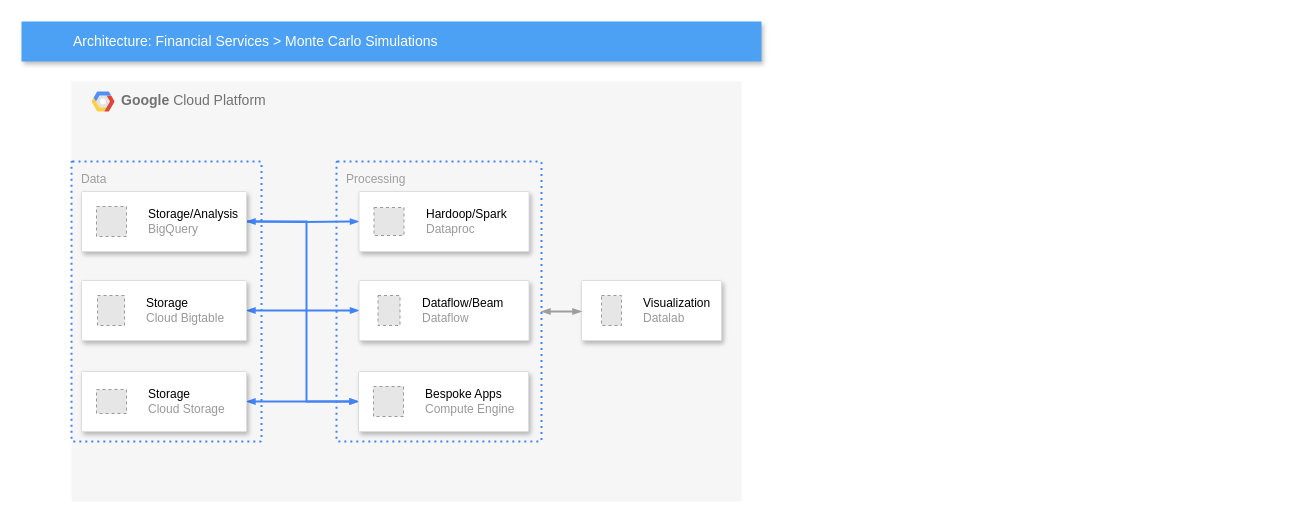
x2358zx/tibame_test_diagrams keeps this draw.io diagram as v0.drawio. Above is the earlier version. Source tidied: cells renumbered, new cells numbered last; positions are measured from the earlier drawing's top-left corner, leaving out a move shared by most shapes. Both pictures are drawn from the tidied source at 100%, with x=0, y=0 at pixel (21, 21). Pictures stored in the file or linked from it are replaced by grey dashed boxes.
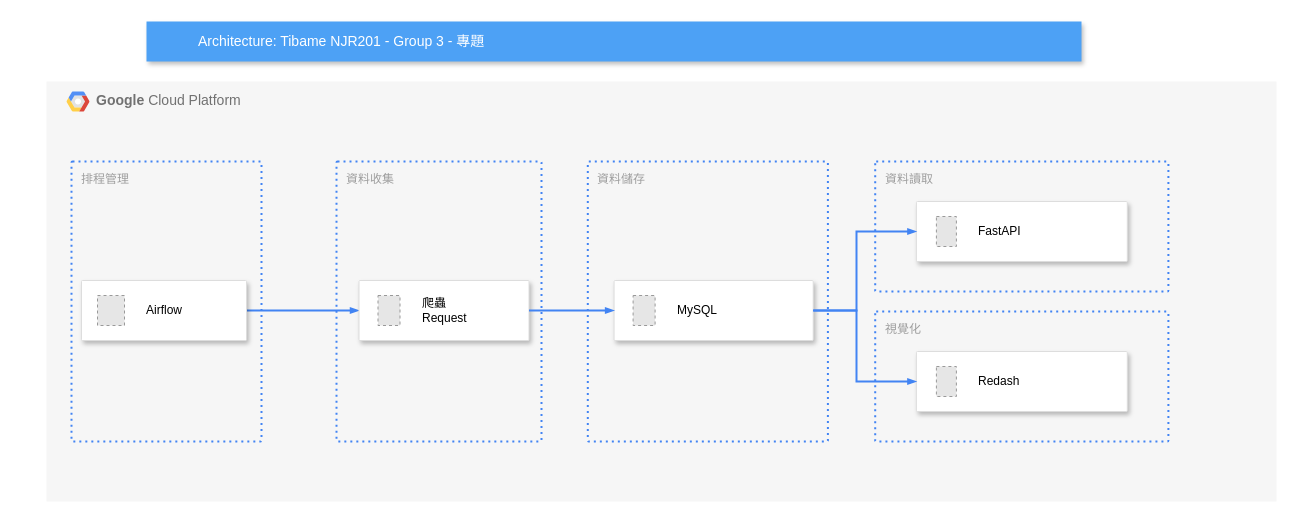
After the change.

The change refers to these unchanged cells:
```xml
<mxCell id="16" style="strokeColor=#dddddd;shadow=1;strokeWidth=1;rounded=1;absoluteArcSize=1;arcSize=2;" parent="1" vertex="1">
  <mxGeometry x="60" y="259" width="165" height="60" as="geometry" />
</mxCell>
<mxCell id="22" style="strokeColor=#dddddd;shadow=1;strokeWidth=1;rounded=1;absoluteArcSize=1;arcSize=2;" parent="1" vertex="1">
  <mxGeometry x="337.5" y="259" width="170" height="60" as="geometry" />
</mxCell>
```

The edit, as a diff of the source:
```diff
@@
     <mxCell id="2" value="&lt;b&gt;Google &lt;/b&gt;Cloud Platform" style="fillColor=#F6F6F6;strokeColor=none;shadow=0;gradientColor=none;fontSize=14;align=left;spacing=10;fontColor=#717171;9E9E9E;verticalAlign=top;spacingTop=-4;fontStyle=0;spacingLeft=40;html=1;" parent="1" vertex="1">
-      <mxGeometry x="50" y="60" width="670" height="420" as="geometry" />
+      <mxGeometry x="25" y="60" width="1230" height="420" as="geometry" />
     </mxCell>
@@
+    <mxCell id="26" value="資料儲存" style="rounded=1;absoluteArcSize=1;arcSize=2;html=1;strokeColor=#4284F3;gradientColor=none;shadow=0;dashed=1;fontSize=12;fontColor=#9E9E9E;align=left;verticalAlign=top;spacing=10;spacingTop=-4;fillColor=none;dashPattern=1 2;strokeWidth=2;" parent="2" vertex="1">
+      <mxGeometry x="541.3" y="80" width="240.1" height="280" as="geometry" />
+    </mxCell>
+    <mxCell id="27" value="視覺化" style="rounded=1;absoluteArcSize=1;arcSize=2;html=1;strokeColor=#4284F3;gradientColor=none;shadow=0;dashed=1;fontSize=12;fontColor=#9E9E9E;align=left;verticalAlign=top;spacing=10;spacingTop=-4;fillColor=none;dashPattern=1 2;strokeWidth=2;" parent="2" vertex="1">
+      <mxGeometry x="828.7" y="230" width="293.2" height="130" as="geometry" />
+    </mxCell>
+    <mxCell id="28" style="strokeColor=#dddddd;shadow=1;strokeWidth=1;rounded=1;absoluteArcSize=1;arcSize=2;" parent="2" vertex="1">
+      <mxGeometry x="567.6" y="199" width="199.1" height="60" as="geometry" />
+    </mxCell>
+    <mxCell id="29" value="&lt;font color=&quot;#000000&quot;&gt;MySQL&lt;/font&gt;" style="fillColor=#E6E6E6;strokeColor=#999999;dashed=1;html=1;fontColor=#999999;verticalLabelPosition=middle;verticalAlign=middle;labelPosition=right;align=left;spacingLeft=20;" parent="28" vertex="1">
+      <mxGeometry width="22" height="30" relative="1" as="geometry">
+        <mxPoint x="19" y="15" as="offset" />
+      </mxGeometry>
+    </mxCell>
     <mxCell id="4" style="strokeColor=#dddddd;shadow=1;strokeWidth=1;rounded=1;absoluteArcSize=1;arcSize=2;" parent="2" vertex="1">
-      <mxGeometry x="510" y="199" width="140" height="60" as="geometry" />
+      <mxGeometry x="869.9" y="270" width="210.9" height="60" as="geometry" />
     </mxCell>
-    <mxCell id="5" value="&lt;font color=&quot;#000000&quot;&gt;Visualization&lt;/font&gt;&lt;br&gt;Datalab" style="fillColor=#E6E6E6;strokeColor=#999999;dashed=1;html=1;fontColor=#999999;verticalLabelPosition=middle;verticalAlign=middle;labelPosition=right;align=left;spacingLeft=20;" parent="4" vertex="1">
+    <mxCell id="5" value="&lt;font color=&quot;#000000&quot;&gt;Redash&lt;/font&gt;" style="fillColor=#E6E6E6;strokeColor=#999999;dashed=1;html=1;fontColor=#999999;verticalLabelPosition=middle;verticalAlign=middle;labelPosition=right;align=left;spacingLeft=20;" parent="4" vertex="1">
       <mxGeometry width="20" height="30" relative="1" as="geometry">
         <mxPoint x="20" y="15" as="offset" />
       </mxGeometry>
     </mxCell>
+    <mxCell id="30" value="資料讀取" style="rounded=1;absoluteArcSize=1;arcSize=2;html=1;strokeColor=#4284F3;gradientColor=none;shadow=0;dashed=1;fontSize=12;fontColor=#9E9E9E;align=left;verticalAlign=top;spacing=10;spacingTop=-4;fillColor=none;dashPattern=1 2;strokeWidth=2;" parent="2" vertex="1">
+      <mxGeometry x="828.7" y="80" width="293.2" height="130" as="geometry" />
+    </mxCell>
+    <mxCell id="31" style="strokeColor=#dddddd;shadow=1;strokeWidth=1;rounded=1;absoluteArcSize=1;arcSize=2;" parent="2" vertex="1">
+      <mxGeometry x="869.9" y="120" width="210.9" height="60" as="geometry" />
+    </mxCell>
+    <mxCell id="32" value="&lt;font color=&quot;#000000&quot;&gt;FastAPI&lt;/font&gt;" style="fillColor=#E6E6E6;strokeColor=#999999;dashed=1;html=1;fontColor=#999999;verticalLabelPosition=middle;verticalAlign=middle;labelPosition=right;align=left;spacingLeft=20;" parent="31" vertex="1">
+      <mxGeometry width="20" height="30" relative="1" as="geometry">
+        <mxPoint x="20" y="15" as="offset" />
+      </mxGeometry>
+    </mxCell>
+    <mxCell id="33" style="edgeStyle=orthogonalEdgeStyle;rounded=0;html=1;labelBackgroundColor=none;startFill=0;startSize=4;endArrow=blockThin;endFill=1;endSize=4;jettySize=auto;strokeColor=#4284F3;strokeWidth=2;fontSize=12;fontColor=#000000;align=center;dashed=0;startArrow=none;exitX=1;exitY=0.5;exitDx=0;exitDy=0;entryX=0;entryY=0.5;entryDx=0;entryDy=0;" parent="2" edge="1" source="28" target="4">
+      <mxGeometry relative="1" as="geometry">
+        <Array as="points">
+          <mxPoint x="810" y="229" />
+          <mxPoint x="810" y="300" />
+        </Array>
+      </mxGeometry>
+    </mxCell>
+    <mxCell id="34" style="edgeStyle=orthogonalEdgeStyle;rounded=0;html=1;labelBackgroundColor=none;startFill=0;startSize=4;endArrow=blockThin;endFill=1;endSize=4;jettySize=auto;strokeColor=#4284F3;strokeWidth=2;fontSize=12;fontColor=#000000;align=center;dashed=0;startArrow=none;entryX=0;entryY=0.5;entryDx=0;entryDy=0;exitX=1;exitY=0.5;exitDx=0;exitDy=0;" parent="2" edge="1" source="28" target="31">
+      <mxGeometry relative="1" as="geometry">
+        <Array as="points">
+          <mxPoint x="810" y="229" />
+          <mxPoint x="810" y="150" />
+        </Array>
+      </mxGeometry>
+    </mxCell>
-    <mxCell id="6" value="Processing" style="rounded=1;absoluteArcSize=1;arcSize=2;html=1;strokeColor=#4284F3;gradientColor=none;shadow=0;dashed=1;fontSize=12;fontColor=#9E9E9E;align=left;verticalAlign=top;spacing=10;spacingTop=-4;fillColor=none;dashPattern=1 2;strokeWidth=2;" parent="1" vertex="1">
+    <mxCell id="6" value="資料收集" style="rounded=1;absoluteArcSize=1;arcSize=2;html=1;strokeColor=#4284F3;gradientColor=none;shadow=0;dashed=1;fontSize=12;fontColor=#9E9E9E;align=left;verticalAlign=top;spacing=10;spacingTop=-4;fillColor=none;dashPattern=1 2;strokeWidth=2;" parent="1" vertex="1">
       <mxGeometry x="315" y="140" width="205" height="280" as="geometry" />
     </mxCell>
-    <mxCell id="7" value="Data" style="rounded=1;absoluteArcSize=1;arcSize=2;html=1;strokeColor=#4284F3;gradientColor=none;shadow=0;dashed=1;fontSize=12;fontColor=#9E9E9E;align=left;verticalAlign=top;spacing=10;spacingTop=-4;fillColor=none;dashPattern=1 2;strokeWidth=2;" parent="1" vertex="1">
+    <mxCell id="7" value="排程管理" style="rounded=1;absoluteArcSize=1;arcSize=2;html=1;strokeColor=#4284F3;gradientColor=none;shadow=0;dashed=1;fontSize=12;fontColor=#9E9E9E;align=left;verticalAlign=top;spacing=10;spacingTop=-4;fillColor=none;dashPattern=1 2;strokeWidth=2;" parent="1" vertex="1">
       <mxGeometry x="50" y="140" width="190" height="280" as="geometry" />
     </mxCell>
-    <mxCell id="8" value="Architecture: Financial Services &amp;gt; Monte Carlo Simulations" style="fillColor=#4DA1F5;strokeColor=none;shadow=1;gradientColor=none;fontSize=14;align=left;spacingLeft=50;fontColor=#ffffff;html=1;" parent="1" vertex="1">
-      <mxGeometry width="740" height="40" as="geometry" />
+    <mxCell id="8" value="Architecture: Tibame NJR201 - Group 3 - 專題" style="fillColor=#4DA1F5;strokeColor=none;shadow=1;gradientColor=none;fontSize=14;align=left;spacingLeft=50;fontColor=#ffffff;html=1;" parent="1" vertex="1">
+      <mxGeometry x="125" width="935" height="40" as="geometry" />
     </mxCell>
-    <mxCell id="9" style="edgeStyle=orthogonalEdgeStyle;rounded=0;html=1;labelBackgroundColor=none;startFill=1;startSize=4;endArrow=blockThin;endFill=1;endSize=4;jettySize=auto;strokeColor=#4284F3;strokeWidth=2;fontSize=12;fontColor=#000000;align=center;dashed=0;startArrow=blockThin;" parent="1" edge="1" source="16" target="22">
+    <mxCell id="9" style="edgeStyle=orthogonalEdgeStyle;rounded=0;html=1;labelBackgroundColor=none;startFill=0;startSize=4;endArrow=blockThin;endFill=1;endSize=4;jettySize=auto;strokeColor=#4284F3;strokeWidth=2;fontSize=12;fontColor=#000000;align=center;dashed=0;startArrow=none;" parent="1" edge="1" source="16" target="22">
       <mxGeometry relative="1" as="geometry" />
     </mxCell>
-    <mxCell id="10" style="edgeStyle=orthogonalEdgeStyle;rounded=0;html=1;labelBackgroundColor=none;startFill=1;startSize=4;endArrow=blockThin;endFill=1;endSize=4;jettySize=auto;strokeColor=#4284F3;strokeWidth=2;fontSize=12;fontColor=#000000;align=center;dashed=0;startArrow=blockThin;" parent="1" edge="1" source="18" target="24">
-      <mxGeometry relative="1" as="geometry" />
-    </mxCell>
-    <mxCell id="11" style="edgeStyle=orthogonalEdgeStyle;rounded=0;html=1;labelBackgroundColor=none;startFill=1;startSize=4;endArrow=blockThin;endFill=1;endSize=4;jettySize=auto;strokeColor=#9E9E9E;strokeWidth=2;fontSize=12;fontColor=#000000;align=center;dashed=0;startArrow=blockThin;" parent="1" edge="1" source="6" target="4">
-      <mxGeometry relative="1" as="geometry">
-        <Array as="points">
-          <mxPoint x="540" y="290" />
-          <mxPoint x="540" y="290" />
-        </Array>
-      </mxGeometry>
-    </mxCell>
-    <mxCell id="12" style="edgeStyle=orthogonalEdgeStyle;rounded=0;html=1;labelBackgroundColor=none;startFill=1;startSize=4;endArrow=blockThin;endFill=1;endSize=4;jettySize=auto;strokeColor=#4284F3;strokeWidth=2;fontSize=12;fontColor=#000000;align=center;dashed=0;" parent="1" edge="1" target="20">
-      <mxGeometry relative="1" as="geometry">
-        <mxPoint x="225" y="200" as="sourcePoint" />
-      </mxGeometry>
-    </mxCell>
-    <mxCell id="13" style="edgeStyle=orthogonalEdgeStyle;rounded=0;html=1;labelBackgroundColor=none;startFill=1;startSize=4;endArrow=blockThin;endFill=1;endSize=4;jettySize=auto;strokeColor=#4284F3;strokeWidth=2;fontSize=12;fontColor=#000000;align=center;dashed=0;startArrow=blockThin;" parent="1" edge="1" source="14" target="24">
-      <mxGeometry relative="1" as="geometry">
-        <Array as="points">
-          <mxPoint x="285" y="200" />
-          <mxPoint x="285" y="380" />
-        </Array>
-      </mxGeometry>
-    </mxCell>
-    <mxCell id="14" style="strokeColor=#dddddd;shadow=1;strokeWidth=1;rounded=1;absoluteArcSize=1;arcSize=2;" parent="1" vertex="1">
-      <mxGeometry x="60" y="170" width="165" height="60" as="geometry" />
-    </mxCell>
-    <mxCell id="15" value="&lt;font color=&quot;#000000&quot;&gt;Storage/Analysis&lt;/font&gt;&lt;br&gt;BigQuery" style="fillColor=#E6E6E6;strokeColor=#999999;dashed=1;html=1;fontColor=#999999;verticalLabelPosition=middle;verticalAlign=middle;labelPosition=right;align=left;spacingLeft=20;" parent="14" vertex="1">
-      <mxGeometry width="30" height="30" relative="1" as="geometry">
-        <mxPoint x="15" y="15" as="offset" />
-      </mxGeometry>
-    </mxCell>
@@
-    <mxCell id="17" value="&lt;font color=&quot;#000000&quot;&gt;Storage&lt;/font&gt;&lt;br&gt;Cloud Bigtable" style="fillColor=#E6E6E6;strokeColor=#999999;dashed=1;html=1;fontColor=#999999;verticalLabelPosition=middle;verticalAlign=middle;labelPosition=right;align=left;spacingLeft=20;" parent="16" vertex="1">
+    <mxCell id="17" value="&lt;font color=&quot;#000000&quot;&gt;Airflow&lt;/font&gt;" style="fillColor=#E6E6E6;strokeColor=#999999;dashed=1;html=1;fontColor=#999999;verticalLabelPosition=middle;verticalAlign=middle;labelPosition=right;align=left;spacingLeft=20;" parent="16" vertex="1">
       <mxGeometry width="27" height="30" relative="1" as="geometry">
         <mxPoint x="16" y="15" as="offset" />
       </mxGeometry>
     </mxCell>
-    <mxCell id="18" style="strokeColor=#dddddd;shadow=1;strokeWidth=1;rounded=1;absoluteArcSize=1;arcSize=2;" parent="1" vertex="1">
-      <mxGeometry x="60" y="350" width="165" height="60" as="geometry" />
-    </mxCell>
-    <mxCell id="19" value="&lt;font color=&quot;#000000&quot;&gt;Storage&lt;/font&gt;&lt;br&gt;Cloud Storage" style="fillColor=#E6E6E6;strokeColor=#999999;dashed=1;html=1;fontColor=#999999;verticalLabelPosition=middle;verticalAlign=middle;labelPosition=right;align=left;spacingLeft=20;" parent="18" vertex="1">
-      <mxGeometry width="30" height="24" relative="1" as="geometry">
-        <mxPoint x="15" y="18" as="offset" />
-      </mxGeometry>
-    </mxCell>
-    <mxCell id="20" style="strokeColor=#dddddd;shadow=1;strokeWidth=1;rounded=1;absoluteArcSize=1;arcSize=2;" parent="1" vertex="1">
-      <mxGeometry x="337.5" y="170" width="170" height="60" as="geometry" />
-    </mxCell>
-    <mxCell id="21" value="&lt;font color=&quot;#000000&quot;&gt;Hardoop/Spark&lt;/font&gt;&lt;br&gt;Dataproc" style="fillColor=#E6E6E6;strokeColor=#999999;dashed=1;html=1;fontColor=#999999;verticalLabelPosition=middle;verticalAlign=middle;labelPosition=right;align=left;spacingLeft=20;" parent="20" vertex="1">
-      <mxGeometry width="30" height="28" relative="1" as="geometry">
-        <mxPoint x="15" y="16" as="offset" />
-      </mxGeometry>
-    </mxCell>
@@
-    <mxCell id="23" value="&lt;font color=&quot;#000000&quot;&gt;Dataflow/Beam&lt;/font&gt;&lt;br&gt;Dataflow" style="fillColor=#E6E6E6;strokeColor=#999999;dashed=1;html=1;fontColor=#999999;verticalLabelPosition=middle;verticalAlign=middle;labelPosition=right;align=left;spacingLeft=20;" parent="22" vertex="1">
+    <mxCell id="23" value="&lt;font color=&quot;#000000&quot;&gt;爬蟲&lt;/font&gt;&lt;div&gt;&lt;font color=&quot;#000000&quot;&gt;Request&lt;/font&gt;&lt;/div&gt;" style="fillColor=#E6E6E6;strokeColor=#999999;dashed=1;html=1;fontColor=#999999;verticalLabelPosition=middle;verticalAlign=middle;labelPosition=right;align=left;spacingLeft=20;" parent="22" vertex="1">
       <mxGeometry width="22" height="30" relative="1" as="geometry">
         <mxPoint x="19" y="15" as="offset" />
       </mxGeometry>
     </mxCell>
-    <mxCell id="24" style="strokeColor=#dddddd;shadow=1;strokeWidth=1;rounded=1;absoluteArcSize=1;arcSize=2;" parent="1" vertex="1">
-      <mxGeometry x="337" y="350" width="170" height="60" as="geometry" />
-    </mxCell>
-    <mxCell id="25" value="&lt;font color=&quot;#000000&quot;&gt;Bespoke Apps&lt;/font&gt;&lt;br&gt;Compute Engine" style="fillColor=#E6E6E6;strokeColor=#999999;dashed=1;html=1;fontColor=#999999;verticalLabelPosition=middle;verticalAlign=middle;labelPosition=right;align=left;spacingLeft=20;" parent="24" vertex="1">
-      <mxGeometry width="30" height="30" relative="1" as="geometry">
-        <mxPoint x="15" y="15" as="offset" />
-      </mxGeometry>
-    </mxCell>
+    <mxCell id="35" style="edgeStyle=orthogonalEdgeStyle;rounded=0;html=1;labelBackgroundColor=none;startFill=0;startSize=4;endArrow=blockThin;endFill=1;endSize=4;jettySize=auto;strokeColor=#4284F3;strokeWidth=2;fontSize=12;fontColor=#000000;align=center;dashed=0;startArrow=none;exitX=1;exitY=0.5;exitDx=0;exitDy=0;entryX=0;entryY=0.5;entryDx=0;entryDy=0;" parent="1" edge="1" source="22" target="28">
+      <mxGeometry relative="1" as="geometry" />
+    </mxCell>
```
